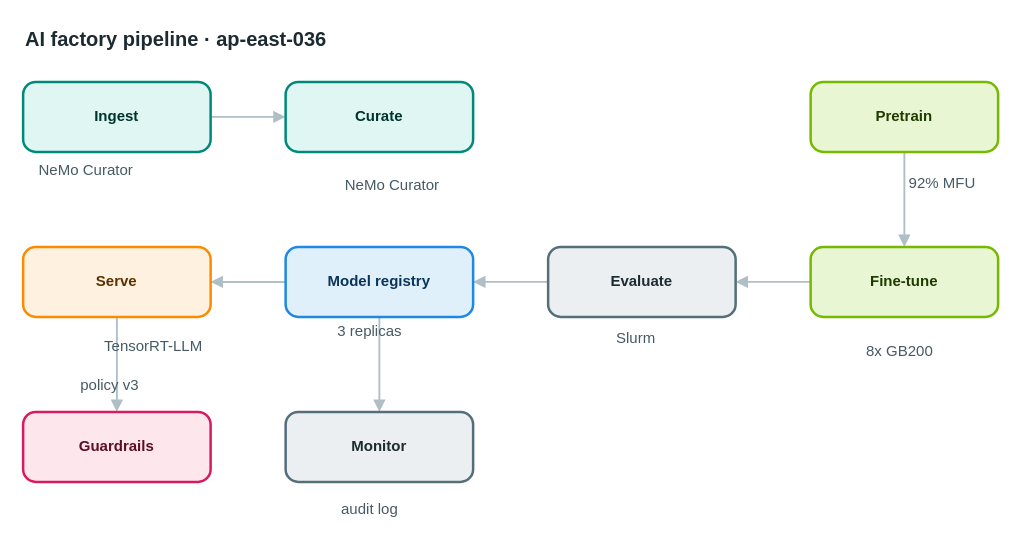
Above: apps/web/public/samples/library/036-ai-factory-pipeline.drawio in AryanG01/open-apprentice (draw.io), before the change. Source tidied: cells renumbered, new cells numbered last; positions are measured from the earlier drawing's top-left corner, leaving out a move shared by most shapes. Both pictures are drawn from the tidied source at 125%, with x=0, y=0 at pixel (22, 21).
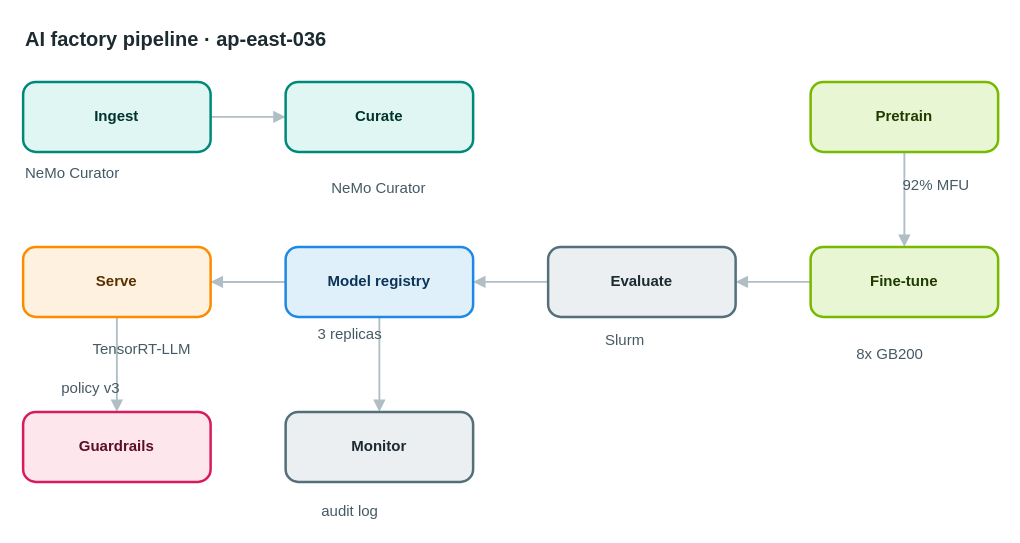
The same diagram, later.

Change to the diagram source:
```diff
@@
-    <mxCell id="19" value="NeMo Curator" style="text;html=1;align=center;verticalAlign=middle;whiteSpace=nowrap;strokeColor=none;fillColor=none;fontSize=12;fontColor=#455a64;" parent="1" vertex="1">
+    <mxCell id="19" value="NeMo Curator" style="text;html=1;align=left;verticalAlign=top;whiteSpace=nowrap;spacing=0;spacingTop=0;strokeColor=none;fillColor=none;fontSize=12;fontColor=#455a64;" parent="1" vertex="1">
       <mxGeometry x="2" y="109" width="96" height="20" as="geometry" />
     </mxCell>
-    <mxCell id="20" value="NeMo Curator" style="text;html=1;align=center;verticalAlign=middle;whiteSpace=nowrap;strokeColor=none;fillColor=none;fontSize=12;fontColor=#455a64;" parent="1" vertex="1">
+    <mxCell id="20" value="NeMo Curator" style="text;html=1;align=left;verticalAlign=top;whiteSpace=nowrap;spacing=0;spacingTop=0;strokeColor=none;fillColor=none;fontSize=12;fontColor=#455a64;" parent="1" vertex="1">
       <mxGeometry x="247" y="121" width="96" height="20" as="geometry" />
     </mxCell>
-    <mxCell id="21" value="92% MFU" style="text;html=1;align=center;verticalAlign=middle;whiteSpace=nowrap;strokeColor=none;fillColor=none;fontSize=12;fontColor=#455a64;" parent="1" vertex="1">
+    <mxCell id="21" value="92% MFU" style="text;html=1;align=left;verticalAlign=top;whiteSpace=nowrap;spacing=0;spacingTop=0;strokeColor=none;fillColor=none;fontSize=12;fontColor=#455a64;" parent="1" vertex="1">
       <mxGeometry x="704" y="119" width="61" height="20" as="geometry" />
     </mxCell>
-    <mxCell id="22" value="8x GB200" style="text;html=1;align=center;verticalAlign=middle;whiteSpace=nowrap;strokeColor=none;fillColor=none;fontSize=12;fontColor=#455a64;" parent="1" vertex="1">
+    <mxCell id="22" value="8x GB200" style="text;html=1;align=left;verticalAlign=top;whiteSpace=nowrap;spacing=0;spacingTop=0;strokeColor=none;fillColor=none;fontSize=12;fontColor=#455a64;" parent="1" vertex="1">
       <mxGeometry x="667" y="254" width="68" height="20" as="geometry" />
     </mxCell>
-    <mxCell id="23" value="Slurm" style="text;html=1;align=center;verticalAlign=middle;whiteSpace=nowrap;strokeColor=none;fillColor=none;fontSize=12;fontColor=#455a64;" parent="1" vertex="1">
+    <mxCell id="23" value="Slurm" style="text;html=1;align=left;verticalAlign=top;whiteSpace=nowrap;spacing=0;spacingTop=0;strokeColor=none;fillColor=none;fontSize=12;fontColor=#455a64;" parent="1" vertex="1">
       <mxGeometry x="466" y="243" width="47" height="20" as="geometry" />
     </mxCell>
-    <mxCell id="24" value="3 replicas" style="text;html=1;align=center;verticalAlign=middle;whiteSpace=nowrap;strokeColor=none;fillColor=none;fontSize=12;fontColor=#455a64;" parent="1" vertex="1">
+    <mxCell id="24" value="3 replicas" style="text;html=1;align=left;verticalAlign=top;whiteSpace=nowrap;spacing=0;spacingTop=0;strokeColor=none;fillColor=none;fontSize=12;fontColor=#455a64;" parent="1" vertex="1">
       <mxGeometry x="236" y="238" width="82" height="20" as="geometry" />
     </mxCell>
-    <mxCell id="25" value="TensorRT-LLM" style="text;html=1;align=center;verticalAlign=middle;whiteSpace=nowrap;strokeColor=none;fillColor=none;fontSize=12;fontColor=#455a64;" parent="1" vertex="1">
+    <mxCell id="25" value="TensorRT-LLM" style="text;html=1;align=left;verticalAlign=top;whiteSpace=nowrap;spacing=0;spacingTop=0;strokeColor=none;fillColor=none;fontSize=12;fontColor=#455a64;" parent="1" vertex="1">
       <mxGeometry x="56" y="250" width="96" height="20" as="geometry" />
     </mxCell>
-    <mxCell id="26" value="policy v3" style="text;html=1;align=center;verticalAlign=middle;whiteSpace=nowrap;strokeColor=none;fillColor=none;fontSize=12;fontColor=#455a64;" parent="1" vertex="1">
+    <mxCell id="26" value="policy v3" style="text;html=1;align=left;verticalAlign=top;whiteSpace=nowrap;spacing=0;spacingTop=0;strokeColor=none;fillColor=none;fontSize=12;fontColor=#455a64;" parent="1" vertex="1">
       <mxGeometry x="31" y="281" width="75" height="20" as="geometry" />
     </mxCell>
-    <mxCell id="27" value="audit log" style="text;html=1;align=center;verticalAlign=middle;whiteSpace=nowrap;strokeColor=none;fillColor=none;fontSize=12;fontColor=#455a64;" parent="1" vertex="1">
+    <mxCell id="27" value="audit log" style="text;html=1;align=left;verticalAlign=top;whiteSpace=nowrap;spacing=0;spacingTop=0;strokeColor=none;fillColor=none;fontSize=12;fontColor=#455a64;" parent="1" vertex="1">
       <mxGeometry x="239" y="380" width="75" height="20" as="geometry" />
     </mxCell>
```
